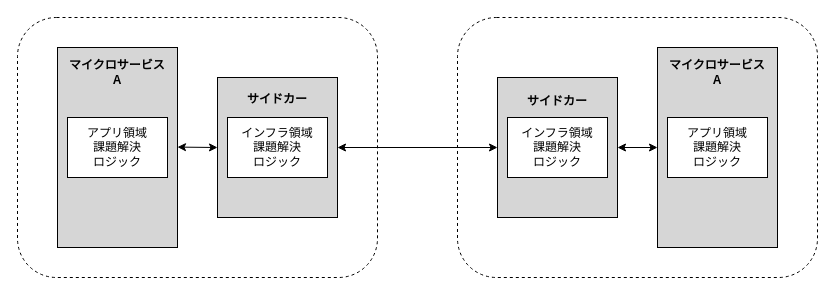
The draw.io diagram page "service-mesh_sidecar" (2 of 5) of images/drawio/istio/service-mesh_layer.drawio in hiroki-it/tech-notebook_old, before the edit. Source tidied: cells renumbered, new cells numbered last; positions are measured from the earlier drawing's top-left corner, leaving out a move shared by most shapes. Both pictures are drawn from the tidied source at 100%, with x=0, y=0 at pixel (17, 17).
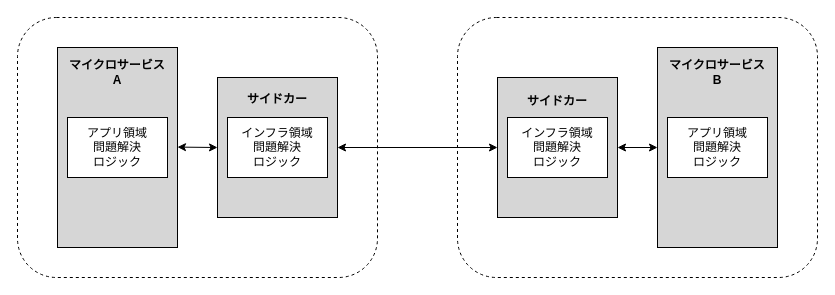
The same page after the edit.

Unchanged cells that the change refers to:
```xml
<mxCell id="7" style="group;" parent="1" vertex="1">
  <mxGeometry x="40" y="30" width="120" height="200" as="geometry" />
</mxCell>
<mxCell id="12" style="group;" parent="11" vertex="1">
  <mxGeometry width="120" height="200" as="geometry" />
</mxCell>
<mxCell id="16" style="group;" parent="1" vertex="1">
  <mxGeometry x="480" y="60" width="120" height="140" as="geometry" />
</mxCell>
```

Change to the diagram source:
```diff
@@
-    <mxCell id="5" value="インフラ領域&lt;br&gt;課題解決&lt;br&gt;ロジック" style="rounded=0;whiteSpace=wrap;html=1;" parent="1" vertex="1">
+    <mxCell id="5" value="インフラ領域&lt;br&gt;問題解決&lt;br&gt;ロジック" style="rounded=0;whiteSpace=wrap;html=1;" parent="1" vertex="1">
       <mxGeometry x="210" y="100" width="100" height="60" as="geometry" />
     </mxCell>
@@
-    <mxCell id="9" value="アプリ領域&lt;br&gt;課題解決&lt;br&gt;ロジック" style="rounded=0;whiteSpace=wrap;html=1;" parent="7" vertex="1">
+    <mxCell id="9" value="アプリ領域&lt;br&gt;問題解決&lt;br&gt;ロジック" style="rounded=0;whiteSpace=wrap;html=1;" parent="7" vertex="1">
       <mxGeometry x="10" y="70" width="100" height="60" as="geometry" />
     </mxCell>
@@
-    <mxCell id="14" value="アプリ領域&lt;br&gt;課題解決&lt;br&gt;ロジック" style="rounded=0;whiteSpace=wrap;html=1;" parent="12" vertex="1">
+    <mxCell id="14" value="アプリ領域&lt;br&gt;問題解決&lt;br&gt;ロジック" style="rounded=0;whiteSpace=wrap;html=1;" parent="12" vertex="1">
       <mxGeometry x="10" y="70" width="100" height="60" as="geometry" />
     </mxCell>
-    <mxCell id="15" value="&lt;b&gt;マイクロサービス&lt;br&gt;A&lt;/b&gt;" style="text;html=1;strokeColor=none;fillColor=none;align=center;verticalAlign=middle;whiteSpace=wrap;rounded=0;" parent="12" vertex="1">
+    <mxCell id="15" value="&lt;b&gt;マイクロサービス&lt;br&gt;B&lt;br&gt;&lt;/b&gt;" style="text;html=1;strokeColor=none;fillColor=none;align=center;verticalAlign=middle;whiteSpace=wrap;rounded=0;" parent="12" vertex="1">
       <mxGeometry x="10" y="10" width="100" height="30" as="geometry" />
     </mxCell>
@@
-    <mxCell id="19" value="インフラ領域&lt;br&gt;課題解決&lt;br&gt;ロジック" style="rounded=0;whiteSpace=wrap;html=1;" parent="16" vertex="1">
+    <mxCell id="19" value="インフラ領域&lt;br&gt;問題解決&lt;br&gt;ロジック" style="rounded=0;whiteSpace=wrap;html=1;" parent="16" vertex="1">
       <mxGeometry x="10" y="40" width="100" height="60" as="geometry" />
     </mxCell>
```
